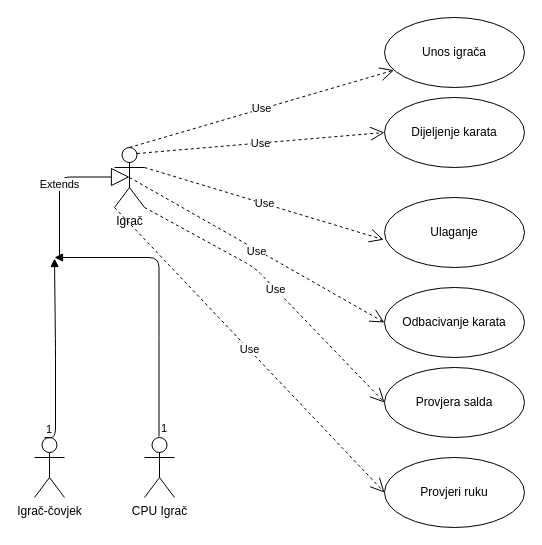
ewlibi/Poker keeps this draw.io diagram as page "slučajevi_korištenja" (1 of 7) of Projekt_Poker_activity.drawio. Above is the earlier version. Source tidied: cells renumbered, new cells numbered last; positions are measured from the earlier drawing's top-left corner, leaving out a move shared by most shapes. Both pictures are drawn from the tidied source at 100%, with x=0, y=0 at pixel (34, 17).
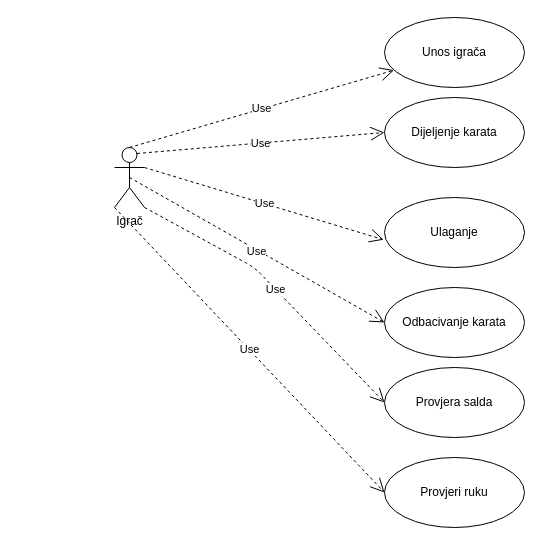
The same diagram, later.

The edit, as a diff of the source:
```diff
@@
-    <mxCell id="4" value="Igrač-čovjek" style="shape=umlActor;verticalLabelPosition=bottom;verticalAlign=top;html=1;" parent="1" vertex="1">
-      <mxGeometry y="420" width="30" height="60" as="geometry" />
-    </mxCell>
-    <mxCell id="5" value="CPU Igrač" style="shape=umlActor;verticalLabelPosition=bottom;verticalAlign=top;html=1;" parent="1" vertex="1">
-      <mxGeometry x="110" y="420" width="30" height="60" as="geometry" />
-    </mxCell>
@@
-    <mxCell id="16" value="Extends" style="endArrow=block;endSize=16;endFill=0;html=1;" parent="1" edge="1">
-      <mxGeometry x="-0.03" relative="1" as="geometry">
-        <mxPoint x="25" y="240" as="sourcePoint" />
-        <mxPoint x="95" y="159.5" as="targetPoint" />
-        <Array as="points">
-          <mxPoint x="25" y="159.5" />
-        </Array>
-      </mxGeometry>
-    </mxCell>
-    <mxCell id="17" value="&lt;br&gt;" style="endArrow=block;endFill=1;html=1;edgeStyle=orthogonalEdgeStyle;align=left;verticalAlign=top;" parent="1" edge="1">
-      <mxGeometry x="-1" y="-61" relative="1" as="geometry">
-        <mxPoint x="10" y="420" as="sourcePoint" />
-        <mxPoint x="20" y="241" as="targetPoint" />
-        <mxPoint x="-10" y="-1" as="offset" />
-      </mxGeometry>
-    </mxCell>
-    <mxCell id="18" value="1" style="edgeLabel;html=1;align=left;verticalAlign=bottom;" parent="17" vertex="1">
-      <mxGeometry x="-1" relative="1" as="geometry" />
-    </mxCell>
-    <mxCell id="19" value="&lt;br&gt;" style="endArrow=block;endFill=1;html=1;edgeStyle=orthogonalEdgeStyle;align=left;verticalAlign=top;" parent="1" edge="1">
-      <mxGeometry x="-1" y="-54" relative="1" as="geometry">
-        <mxPoint x="124.5" y="419" as="sourcePoint" />
-        <mxPoint x="20" y="240" as="targetPoint" />
-        <Array as="points">
-          <mxPoint x="124.5" y="310" />
-          <mxPoint x="124.5" y="310" />
-        </Array>
-        <mxPoint x="-18" y="41" as="offset" />
-      </mxGeometry>
-    </mxCell>
-    <mxCell id="20" value="1" style="edgeLabel;html=1;align=left;verticalAlign=bottom;" parent="19" vertex="1">
-      <mxGeometry x="-1" relative="1" as="geometry" />
-    </mxCell>
```
